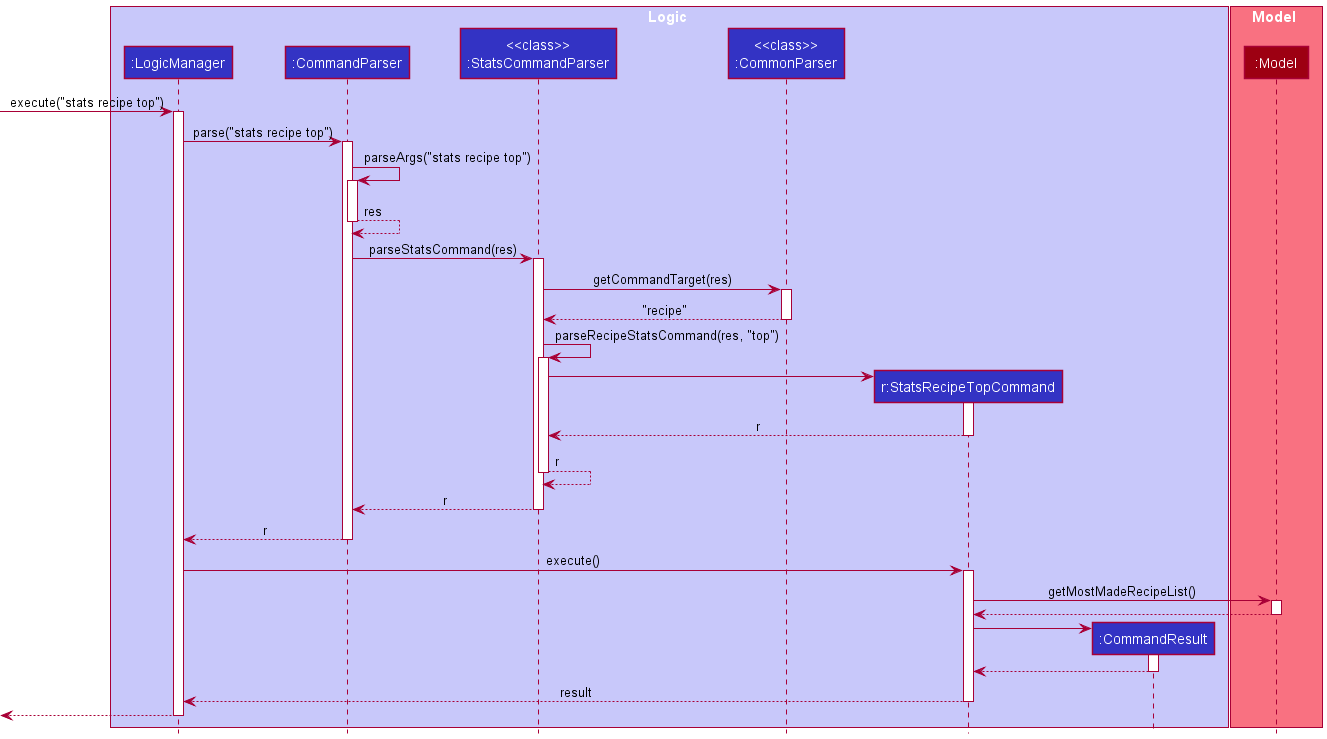
Earlier version of the PlantUML export docs/images/StatsRecipeTopSequenceDiagram.png (nus-cs2103-AY2021S1/tp).
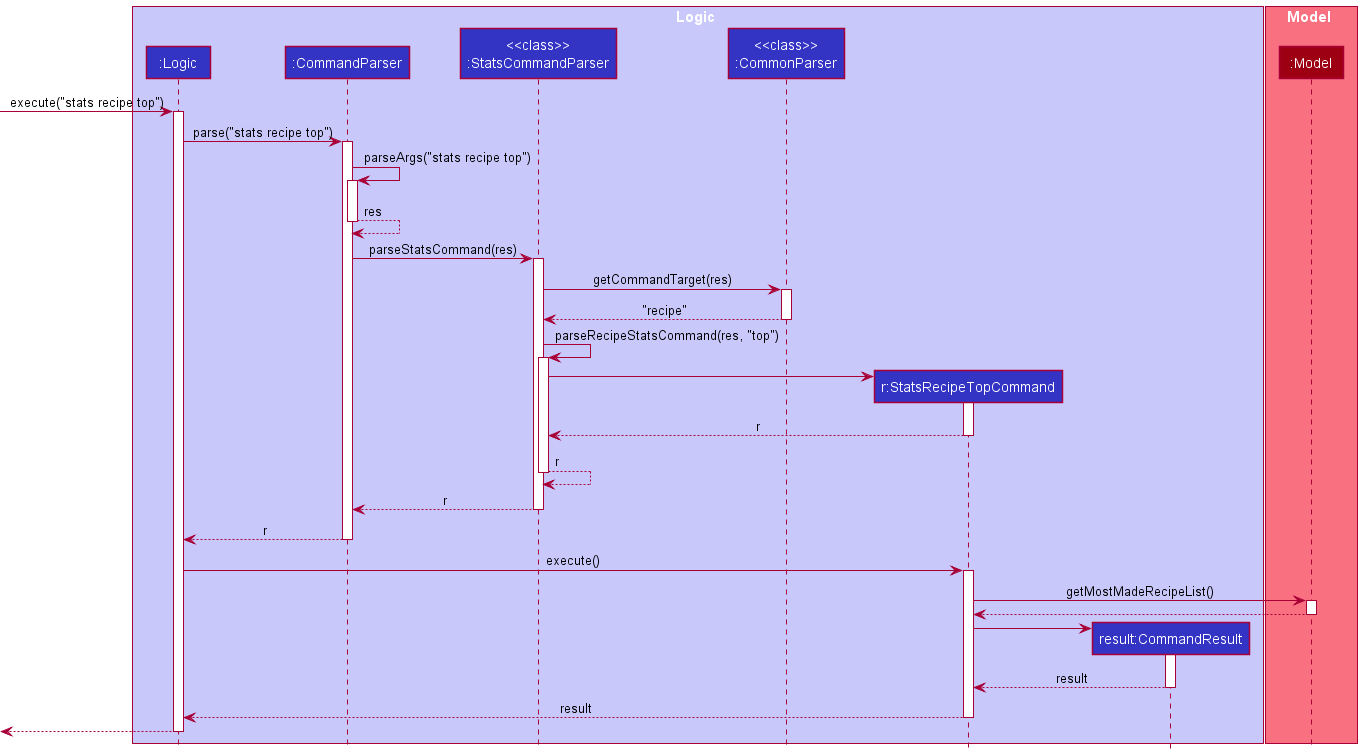
After the change.

The edit, as a diff of the source:
```diff
@@ -2,12 +2,12 @@
 !include style.puml
 
 box Logic LOGIC_COLOR_T1
-participant ":LogicManager" as LogicManager LOGIC_COLOR
+participant ":Logic" as LogicManager LOGIC_COLOR
 participant ":CommandParser" as CommandParser LOGIC_COLOR
 participant "<<class>>\n:StatsCommandParser" as StatsCommandParser LOGIC_COLOR
 participant "<<class>>\n:CommonParser" as CommonParser LOGIC_COLOR
 participant "r:StatsRecipeTopCommand" as StatsRecipeTopCommand LOGIC_COLOR
-participant ":CommandResult" as CommandResult LOGIC_COLOR
+participant "result:CommandResult" as CommandResult LOGIC_COLOR
 end box
 
 box Model MODEL_COLOR_T1
@@ -65,7 +65,7 @@
 StatsRecipeTopCommand -> CommandResult
 activate CommandResult
 
-CommandResult --> StatsRecipeTopCommand
+CommandResult --> StatsRecipeTopCommand : result
 deactivate CommandResult
 
 StatsRecipeTopCommand --> LogicManager : result
```
